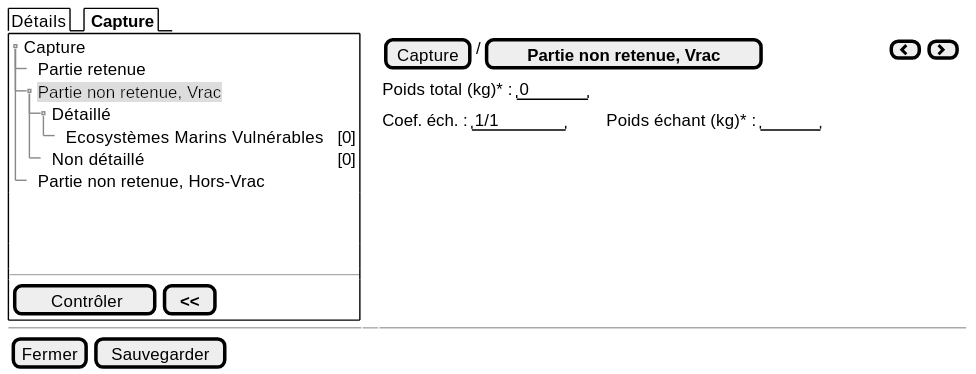
Earlier version of the PlantUML export projects/obsmer/spe/images/batch/batch-tree-PNR-VRAC-DETAIL.svg (sumaris-net/sumaris-doc).
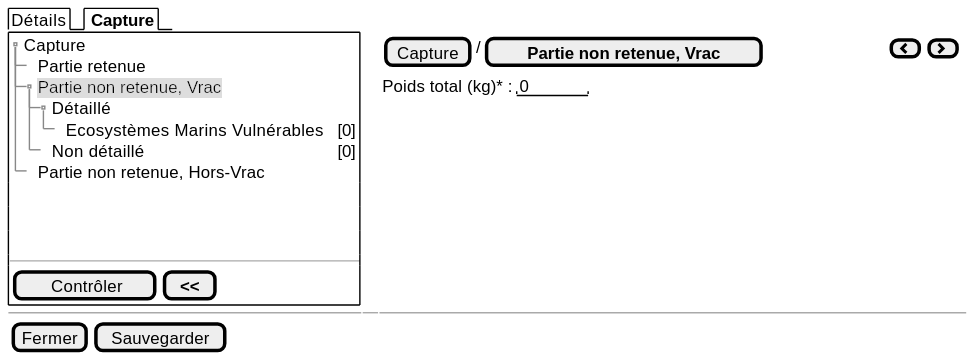
The same file after the commit.

Change to the diagram source:
```diff
@@ -23,9 +23,6 @@
 
     {Poids total (kg)* : | " 0    " | . | . | . | . | . | . | . | . | . | . | . | . | . | . | . | . | . | . | . | . | . | . | . | . | . | . | . | . | . | . | . | . | . | . | . | . | . | . |  }
 
-    {Coef. éch. : | " 1/1    " | . | . | . | . | . |  Poids échant (kg)* : | "     " }
-
-
     }
   -- | -- | --
   { [Fermer] | [Sauvegarder] }
```
